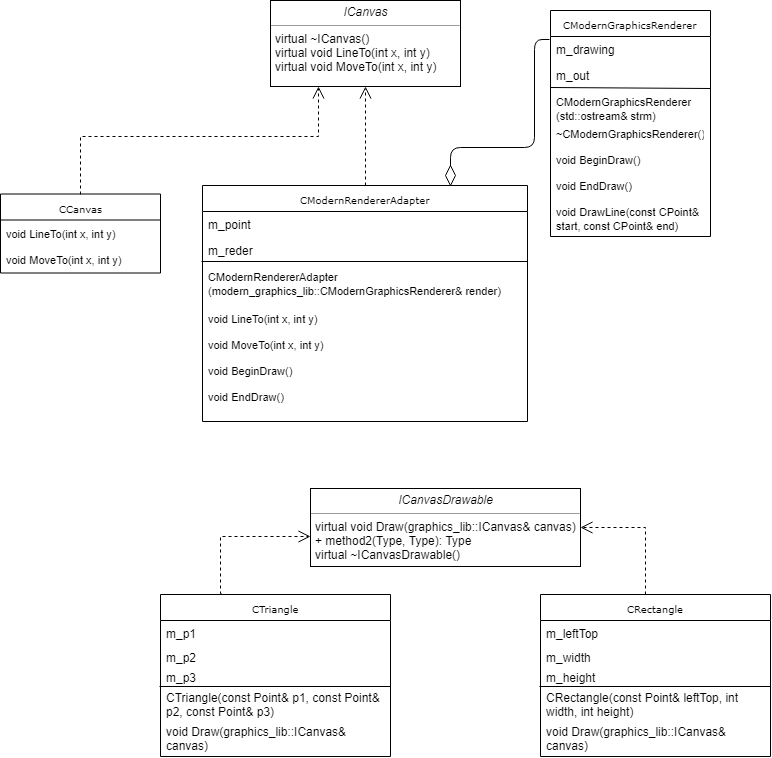
This is adapter/Adapter.png from daria-grebneva/OOD, a draw.io export, as it was before one commit. Source tidied: cells renumbered, new cells last; positions are measured from the earlier drawing's top-left corner, leaving out a move shared by most shapes.
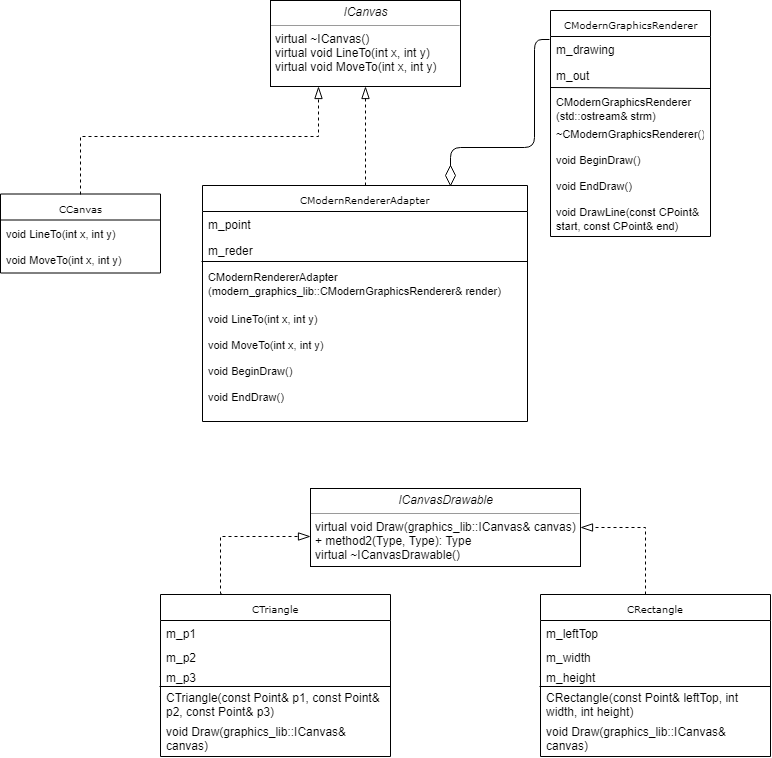
The same file after the commit.

What changed in the source:
```diff
@@ -65,7 +65,7 @@
     <mxCell id="22" value="&lt;font style=&quot;font-size: 11px&quot;&gt;void DrawLine(const CPoint&amp;amp; start, const CPoint&amp;amp; end)&lt;/font&gt;" style="text;html=1;strokeColor=none;fillColor=none;align=left;verticalAlign=top;spacingLeft=4;spacingRight=4;whiteSpace=wrap;overflow=hidden;" parent="14" vertex="1">
       <mxGeometry y="188" width="160" height="32" as="geometry" />
     </mxCell>
-    <mxCell id="23" style="edgeStyle=orthogonalEdgeStyle;rounded=0;html=1;labelBackgroundColor=none;startFill=0;endArrow=open;endFill=0;endSize=10;fontFamily=Verdana;fontSize=10;dashed=1;exitX=0.5;exitY=0;exitDx=0;exitDy=0;entryX=0.25;entryY=1;entryDx=0;entryDy=0;" parent="1" edge="1" source="2" target="25">
+    <mxCell id="23" style="edgeStyle=orthogonalEdgeStyle;rounded=0;html=1;labelBackgroundColor=none;startFill=0;endArrow=blockThin;endFill=0;endSize=10;fontFamily=Verdana;fontSize=10;dashed=1;exitX=0.5;exitY=0;exitDx=0;exitDy=0;entryX=0.25;entryY=1;entryDx=0;entryDy=0;" parent="1" edge="1" source="2" target="25">
       <mxGeometry relative="1" as="geometry">
         <Array as="points">
           <mxPoint x="80" y="136" />
@@ -73,7 +73,7 @@
         </Array>
       </mxGeometry>
     </mxCell>
-    <mxCell id="24" style="edgeStyle=orthogonalEdgeStyle;rounded=0;html=1;dashed=1;labelBackgroundColor=none;startFill=0;endArrow=open;endFill=0;endSize=10;fontFamily=Verdana;fontSize=10;exitX=0.5;exitY=0;exitDx=0;exitDy=0;entryX=0.5;entryY=1;entryDx=0;entryDy=0;" parent="1" edge="1" source="5" target="25">
+    <mxCell id="24" style="edgeStyle=orthogonalEdgeStyle;rounded=0;html=1;dashed=1;labelBackgroundColor=none;startFill=0;endArrow=blockThin;endFill=0;endSize=10;fontFamily=Verdana;fontSize=10;exitX=0.5;exitY=0;exitDx=0;exitDy=0;entryX=0.5;entryY=1;entryDx=0;entryDy=0;" parent="1" edge="1" source="5" target="25">
       <mxGeometry relative="1" as="geometry" />
     </mxCell>
     <mxCell id="25" value="&lt;p style=&quot;margin: 0px ; margin-top: 4px ; text-align: center&quot;&gt;&lt;i&gt;ICanvas&lt;/i&gt;&lt;/p&gt;&lt;hr size=&quot;1&quot;&gt;&lt;p style=&quot;margin: 0px ; margin-left: 4px&quot;&gt;virtual ~ICanvas()&lt;br&gt;&lt;/p&gt;&lt;p style=&quot;margin: 0px ; margin-left: 4px&quot;&gt;virtual void LineTo(int x, int y)&lt;br&gt;virtual void MoveTo(int x, int y)&lt;/p&gt;" style="verticalAlign=top;align=left;overflow=fill;fontSize=12;fontFamily=Helvetica;html=1;rounded=0;shadow=0;comic=0;labelBackgroundColor=none;strokeColor=#000000;strokeWidth=1;fillColor=#ffffff;" parent="1" vertex="1">
@@ -141,7 +141,7 @@
     <mxCell id="42" value="void Draw(graphics_lib::ICanvas&amp;amp; canvas)" style="text;html=1;strokeColor=none;fillColor=none;align=left;verticalAlign=top;spacingLeft=4;spacingRight=4;whiteSpace=wrap;overflow=hidden;" parent="36" vertex="1">
       <mxGeometry y="124" width="230" height="36" as="geometry" />
     </mxCell>
-    <mxCell id="43" style="edgeStyle=orthogonalEdgeStyle;rounded=0;html=1;dashed=1;labelBackgroundColor=none;startFill=0;endArrow=open;endFill=0;endSize=10;fontFamily=Verdana;fontSize=10;exitX=0.266;exitY=-0.007;exitDx=0;exitDy=0;entryX=0;entryY=0.615;entryDx=0;entryDy=0;entryPerimeter=0;exitPerimeter=0;" parent="1" edge="1" source="27" target="26">
+    <mxCell id="43" style="edgeStyle=orthogonalEdgeStyle;rounded=0;html=1;dashed=1;labelBackgroundColor=none;startFill=0;endArrow=blockThin;endFill=0;endSize=10;fontFamily=Verdana;fontSize=10;exitX=0.266;exitY=-0.007;exitDx=0;exitDy=0;entryX=0;entryY=0.615;entryDx=0;entryDy=0;entryPerimeter=0;exitPerimeter=0;" parent="1" edge="1" source="27" target="26">
       <mxGeometry relative="1" as="geometry">
         <Array as="points">
           <mxPoint x="220" y="593" />
@@ -149,7 +149,7 @@
         </Array>
       </mxGeometry>
     </mxCell>
-    <mxCell id="44" style="edgeStyle=orthogonalEdgeStyle;rounded=0;html=1;dashed=1;labelBackgroundColor=none;startFill=0;endArrow=open;endFill=0;endSize=10;fontFamily=Verdana;fontSize=10;entryX=1;entryY=0.5;entryDx=0;entryDy=0;" parent="1" edge="1" source="36" target="26">
+    <mxCell id="44" style="edgeStyle=orthogonalEdgeStyle;rounded=0;html=1;dashed=1;labelBackgroundColor=none;startFill=0;endArrow=blockThin;endFill=0;endSize=10;fontFamily=Verdana;fontSize=10;entryX=1;entryY=0.5;entryDx=0;entryDy=0;" parent="1" edge="1" source="36" target="26">
       <mxGeometry relative="1" as="geometry">
         <Array as="points">
           <mxPoint x="645" y="527" />
```
